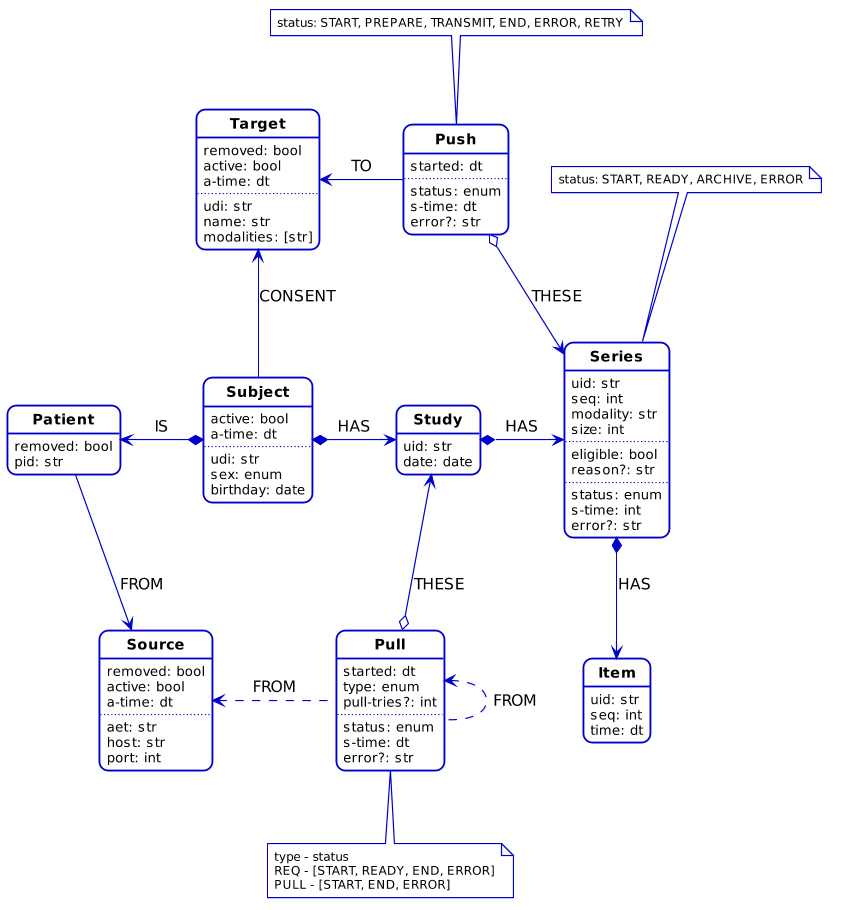
Above: docs/pull-push.png in shumy-tools/cad-proxy (PlantUML), before the change.
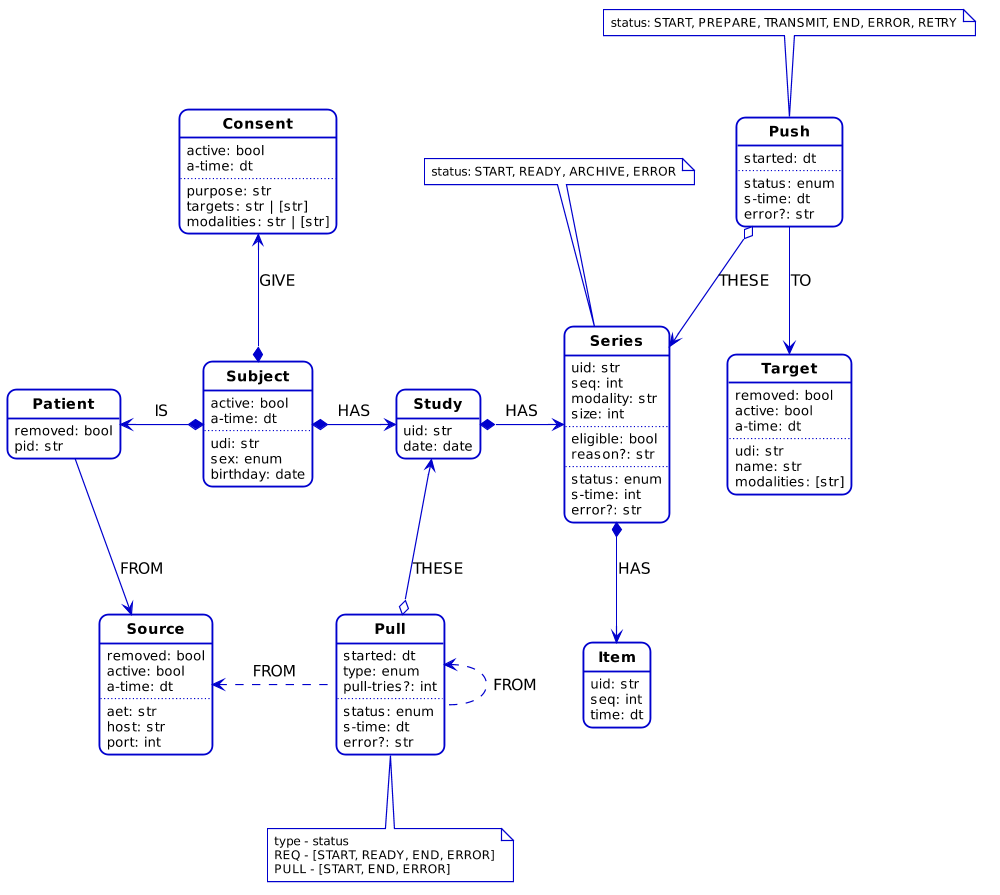
After the change.

Commit message:
Add Consent entity and UI updates

Diff of the diagram source:
```diff
@@ -68,6 +68,15 @@
   birthday: date
 }
 
+class Consent {
+  active: bool
+  a-time: dt
+  ..
+  purpose: str
+  targets: str | [str]
+  modalities: str | [str]
+}
+
 class Study {
   uid: str
   date: date
@@ -122,7 +131,7 @@
 Pull .up.> Pull:FROM
 Pull o-down-> Study:THESE
 
-Subject --> Target:CONSENT
+Subject *-up-> Consent:GIVE
 Subject *-left-> Patient:IS
 Patient --> Source:FROM
 
@@ -131,6 +140,6 @@
 Series *--> Item:HAS
 
 Push o--> Series:THESE
-Push -left-> Target:TO
+Push --> Target:TO
 
 @enduml
```
